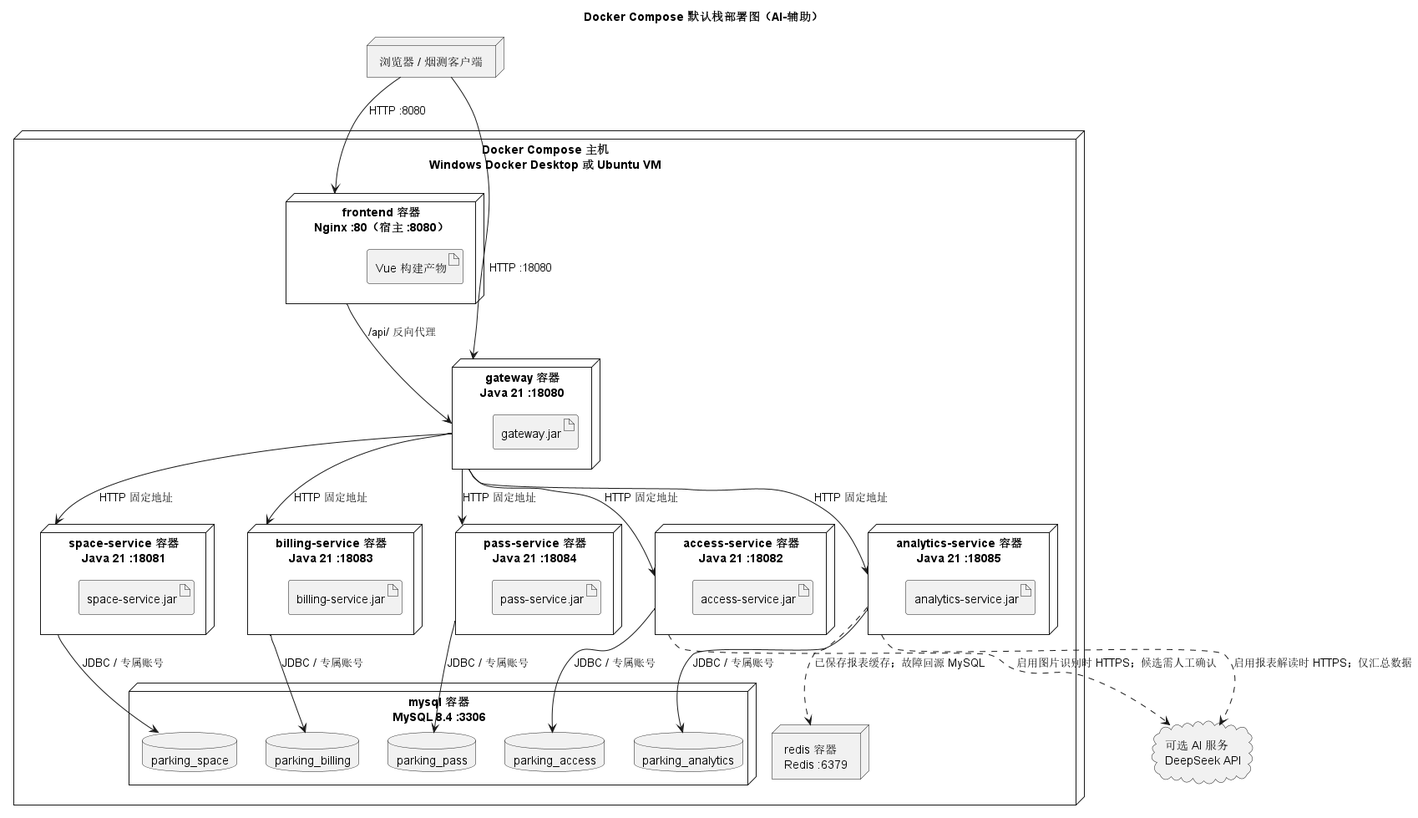
The PlantUML diagram models/rendered/13-deployment.png in Gindama713/UMLWORK, before a commit.
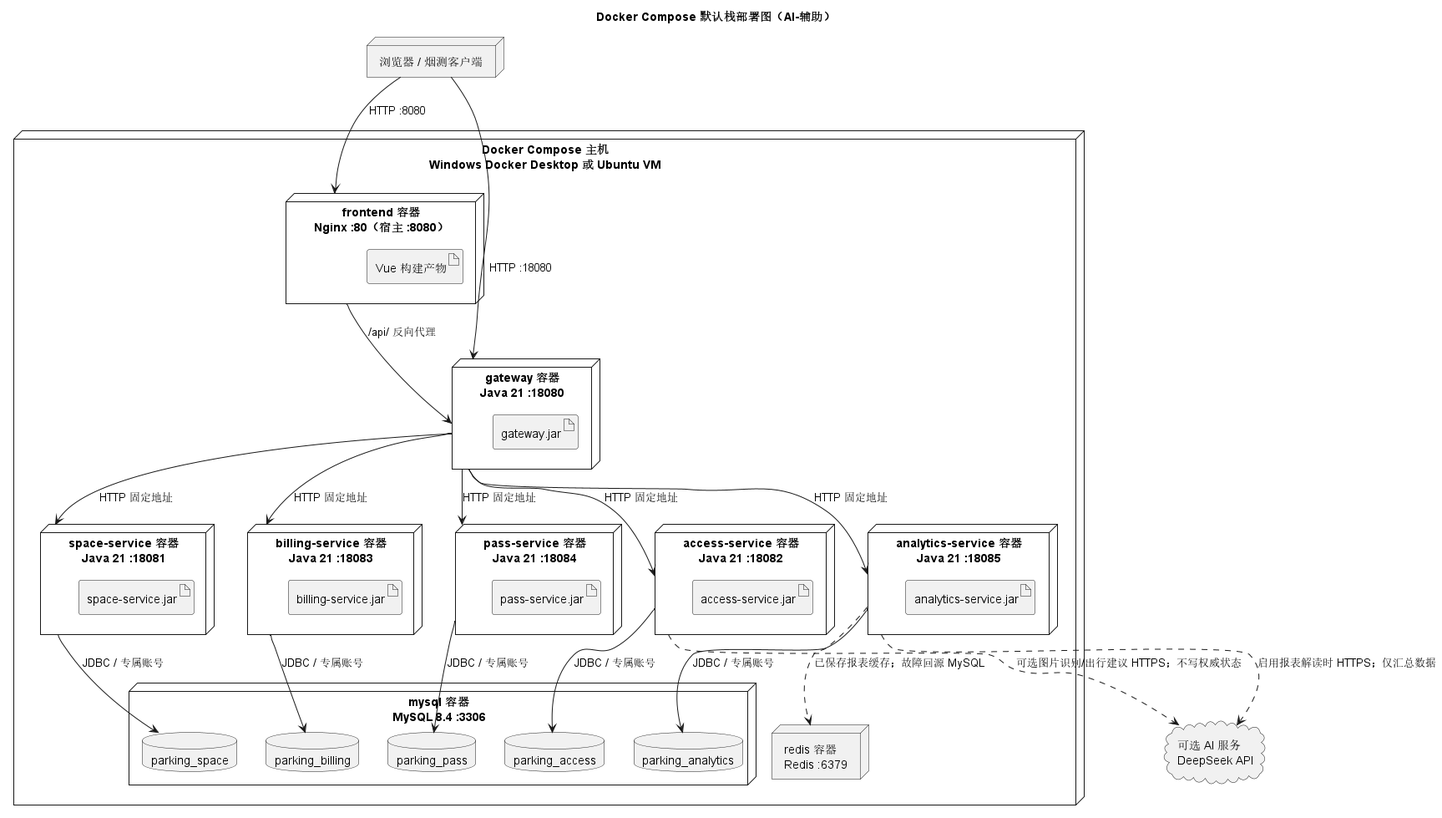
Later version of the same file.

What changed in the source:
```diff
@@ -48,6 +48,6 @@
 pass --> dbPass : JDBC / 专属账号
 analytics --> dbAnalytics : JDBC / 专属账号
 analytics ..> redis : 已保存报表缓存；故障回源 MySQL
-access ..> vision : 启用图片识别时 HTTPS；候选需人工确认
+access ..> vision : 可选图片识别/出行建议 HTTPS；不写权威状态
 analytics ..> vision : 启用报表解读时 HTTPS；仅汇总数据
 @enduml
```
